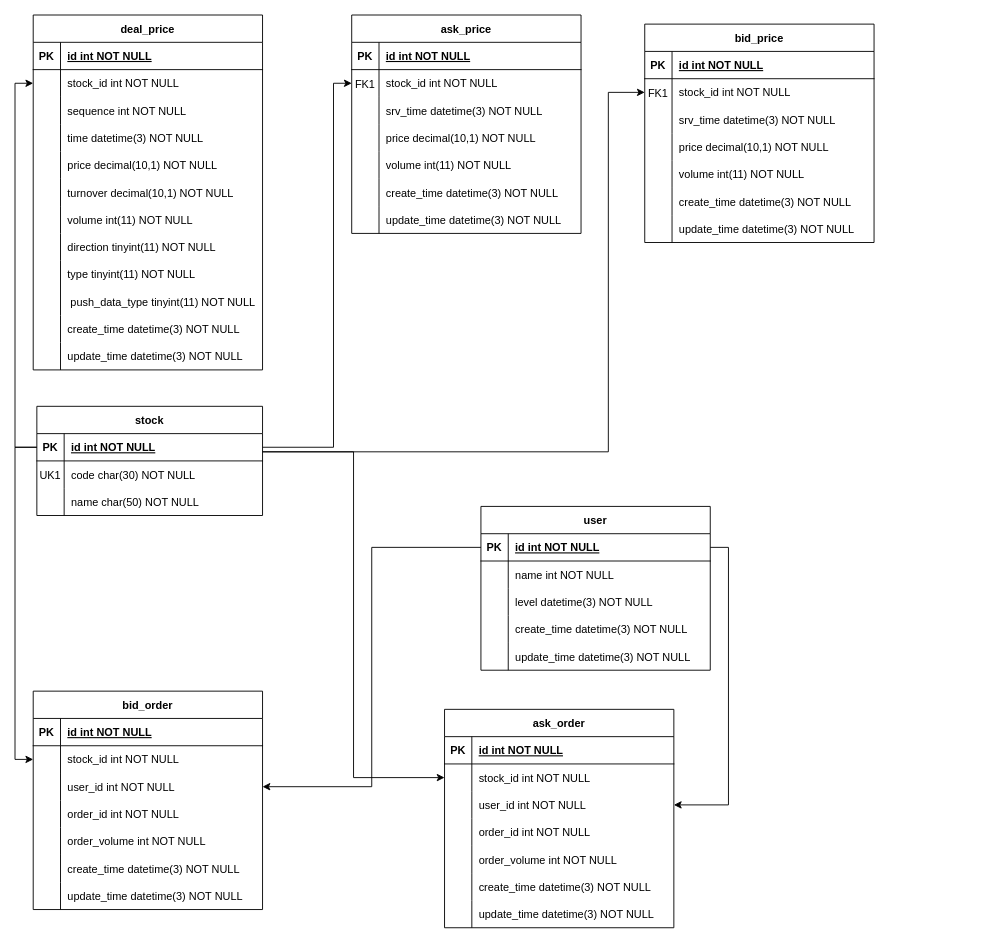
Above: docs/futu.drawio in dulingkang/python (draw.io), before the change. Source tidied: cells renumbered, new cells numbered last; positions are measured from the earlier drawing's top-left corner, leaving out a move shared by most shapes. Both pictures are drawn from the tidied source at 91%, with x=0, y=0 at pixel (33, 15).
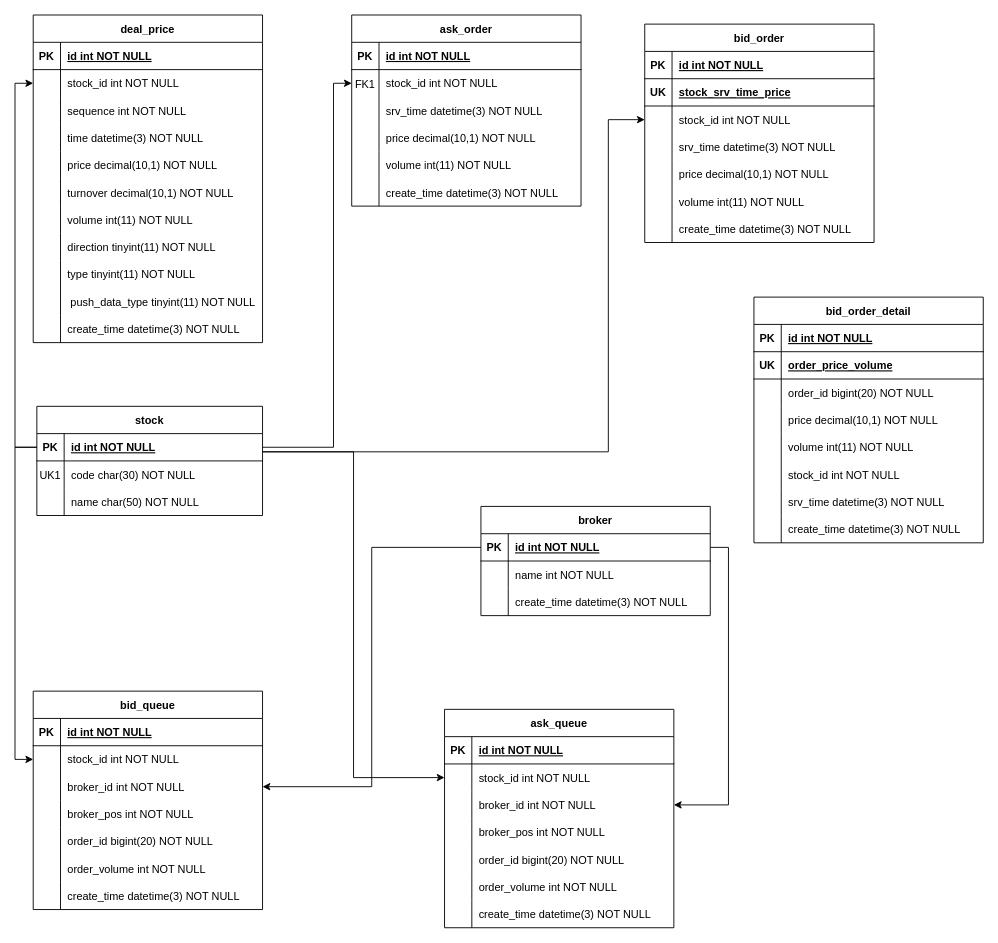
Above is the later version.

Unchanged cells that the change refers to:
```xml
<mxCell id="25" style="shape=partialRectangle;fillColor=none;points=[[0,0.5],[1,0.5]];portConstraint=eastwest;top=0;left=0;right=0;bottom=1;" parent="24" vertex="1">
  <mxGeometry y="30" width="248" height="30" as="geometry" />
</mxCell>
<mxCell id="119" style="shape=partialRectangle;fillColor=none;points=[[0,0.5],[1,0.5]];portConstraint=eastwest;top=0;left=0;right=0;bottom=0;" parent="112" vertex="1">
  <mxGeometry y="90" width="252" height="30" as="geometry" />
</mxCell>
<mxCell id="141" style="shape=partialRectangle;fillColor=none;points=[[0,0.5],[1,0.5]];portConstraint=eastwest;top=0;left=0;right=0;bottom=0;" parent="134" vertex="1">
  <mxGeometry y="90" width="252" height="30" as="geometry" />
</mxCell>
```

What changed in the source:
```diff
@@
-    <mxCell id="2" value="ask_price" style="shape=table;startSize=30;childLayout=tableLayout;rowLines=0;fontStyle=1;align=center;" parent="1" vertex="1">
-      <mxGeometry x="350" width="252" height="240" as="geometry" />
+    <mxCell id="2" value="ask_order" style="shape=table;startSize=30;childLayout=tableLayout;rowLines=0;fontStyle=1;align=center;" parent="1" vertex="1">
+      <mxGeometry x="350" width="252" height="210" as="geometry" />
     </mxCell>
@@
-    <mxCell id="21" style="shape=partialRectangle;fillColor=none;top=0;left=0;right=0;bottom=0;" parent="2" vertex="1">
-      <mxGeometry y="210" width="252" height="30" as="geometry" />
-    </mxCell>
-    <mxCell id="22" style="shape=partialRectangle;overflow=hidden;fillColor=none;top=0;left=0;bottom=0;right=0;" parent="21" vertex="1">
-      <mxGeometry width="30" height="30" as="geometry" />
-    </mxCell>
-    <mxCell id="23" value="update_time datetime(3) NOT NULL" style="shape=partialRectangle;overflow=hidden;fillColor=none;top=0;left=0;bottom=0;right=0;align=left;spacingLeft=6;" parent="21" vertex="1">
-      <mxGeometry x="30" width="222" height="30" as="geometry" />
-    </mxCell>
@@
-    <mxCell id="36" value="bid_price" style="shape=table;startSize=30;childLayout=tableLayout;rowLines=0;fontStyle=1;align=center;" parent="1" vertex="1">
+    <mxCell id="36" value="bid_order" style="shape=table;startSize=30;childLayout=tableLayout;rowLines=0;fontStyle=1;align=center;" parent="1" vertex="1">
       <mxGeometry x="672" y="10" width="252" height="240" as="geometry" />
     </mxCell>
@@
+    <mxCell id="163" style="shape=partialRectangle;fillColor=none;top=0;left=0;right=0;bottom=1;" parent="36" vertex="1">
+      <mxGeometry y="60" width="252" height="30" as="geometry" />
+    </mxCell>
+    <mxCell id="164" style="shape=partialRectangle;overflow=hidden;fillColor=none;top=0;left=0;bottom=0;right=0;fontStyle=1;" parent="163" vertex="1">
+      <mxGeometry width="30" height="30" as="geometry" />
+    </mxCell>
+    <mxCell id="165" value="stock_srv_time_price" style="shape=partialRectangle;overflow=hidden;fillColor=none;top=0;left=0;bottom=0;right=0;align=left;spacingLeft=6;fontStyle=5;" parent="163" vertex="1">
+      <mxGeometry x="30" width="222" height="30" as="geometry" />
+    </mxCell>
     <mxCell id="40" style="shape=partialRectangle;fillColor=none;points=[[0,0.5],[1,0.5]];portConstraint=eastwest;top=0;left=0;right=0;bottom=0;" parent="36" vertex="1">
-      <mxGeometry y="60" width="252" height="30" as="geometry" />
+      <mxGeometry y="90" width="252" height="30" as="geometry" />
     </mxCell>
@@
     <mxCell id="43" style="shape=partialRectangle;fillColor=none;top=0;left=0;right=0;bottom=0;" parent="36" vertex="1">
-      <mxGeometry y="90" width="252" height="30" as="geometry" />
+      <mxGeometry y="120" width="252" height="30" as="geometry" />
     </mxCell>
@@
     <mxCell id="46" style="shape=partialRectangle;fillColor=none;top=0;left=0;right=0;bottom=0;" parent="36" vertex="1">
-      <mxGeometry y="120" width="252" height="30" as="geometry" />
+      <mxGeometry y="150" width="252" height="30" as="geometry" />
     </mxCell>
@@
     <mxCell id="49" style="shape=partialRectangle;fillColor=none;top=0;left=0;right=0;bottom=0;" parent="36" vertex="1">
-      <mxGeometry y="150" width="252" height="30" as="geometry" />
+      <mxGeometry y="180" width="252" height="30" as="geometry" />
     </mxCell>
@@
     <mxCell id="52" style="shape=partialRectangle;fillColor=none;top=0;left=0;right=0;bottom=0;" parent="36" vertex="1">
-      <mxGeometry y="180" width="252" height="30" as="geometry" />
+      <mxGeometry y="210" width="252" height="30" as="geometry" />
     </mxCell>
@@
-    <mxCell id="55" style="shape=partialRectangle;fillColor=none;top=0;left=0;right=0;bottom=0;" parent="36" vertex="1">
-      <mxGeometry y="210" width="252" height="30" as="geometry" />
-    </mxCell>
-    <mxCell id="56" style="shape=partialRectangle;overflow=hidden;fillColor=none;top=0;left=0;bottom=0;right=0;" parent="55" vertex="1">
-      <mxGeometry width="30" height="30" as="geometry" />
-    </mxCell>
-    <mxCell id="57" value="update_time datetime(3) NOT NULL" style="shape=partialRectangle;overflow=hidden;fillColor=none;top=0;left=0;bottom=0;right=0;align=left;spacingLeft=6;" parent="55" vertex="1">
-      <mxGeometry x="30" width="222" height="30" as="geometry" />
-    </mxCell>
-    <mxCell id="58" value="FK1" style="shape=partialRectangle;overflow=hidden;fillColor=none;top=0;left=0;bottom=0;right=0;" parent="1" vertex="1">
-      <mxGeometry x="672" y="70.5" width="30" height="30" as="geometry" />
-    </mxCell>
     <mxCell id="59" value="deal_price" style="shape=table;startSize=30;childLayout=tableLayout;rowLines=0;fontStyle=1;align=center;" parent="1" vertex="1">
-      <mxGeometry width="252" height="390" as="geometry" />
+      <mxGeometry width="252" height="360" as="geometry" />
     </mxCell>
@@
-    <mxCell id="93" style="shape=partialRectangle;fillColor=none;top=0;left=0;right=0;bottom=0;" parent="59" vertex="1">
-      <mxGeometry y="360" width="252" height="30" as="geometry" />
-    </mxCell>
-    <mxCell id="94" style="shape=partialRectangle;overflow=hidden;fillColor=none;top=0;left=0;bottom=0;right=0;" parent="93" vertex="1">
-      <mxGeometry width="30" height="30" as="geometry" />
-    </mxCell>
-    <mxCell id="95" value="update_time datetime(3) NOT NULL" style="shape=partialRectangle;overflow=hidden;fillColor=none;top=0;left=0;bottom=0;right=0;align=left;spacingLeft=6;" parent="93" vertex="1">
-      <mxGeometry x="30" width="222" height="30" as="geometry" />
-    </mxCell>
-    <mxCell id="96" value="user" style="shape=table;startSize=30;childLayout=tableLayout;rowLines=0;fontStyle=1;align=center;" parent="1" vertex="1">
-      <mxGeometry x="492" y="540" width="252" height="180" as="geometry" />
+    <mxCell id="96" value="broker" style="shape=table;startSize=30;childLayout=tableLayout;rowLines=0;fontStyle=1;align=center;" parent="1" vertex="1">
+      <mxGeometry x="492" y="540" width="252" height="120" as="geometry" />
     </mxCell>
@@
-    <mxCell id="103" style="shape=partialRectangle;fillColor=none;top=0;left=0;right=0;bottom=0;" parent="96" vertex="1">
-      <mxGeometry y="90" width="252" height="30" as="geometry" />
-    </mxCell>
-    <mxCell id="104" style="shape=partialRectangle;overflow=hidden;fillColor=none;top=0;left=0;bottom=0;right=0;" parent="103" vertex="1">
-      <mxGeometry width="30" height="30" as="geometry" />
-    </mxCell>
-    <mxCell id="105" value="level datetime(3) NOT NULL" style="shape=partialRectangle;overflow=hidden;fillColor=none;top=0;left=0;bottom=0;right=0;align=left;spacingLeft=6;" parent="103" vertex="1">
-      <mxGeometry x="30" width="222" height="30" as="geometry" />
-    </mxCell>
     <mxCell id="106" style="shape=partialRectangle;fillColor=none;top=0;left=0;right=0;bottom=0;" parent="96" vertex="1">
-      <mxGeometry y="120" width="252" height="30" as="geometry" />
+      <mxGeometry y="90" width="252" height="30" as="geometry" />
     </mxCell>
@@
-    <mxCell id="109" style="shape=partialRectangle;fillColor=none;top=0;left=0;right=0;bottom=0;" parent="96" vertex="1">
-      <mxGeometry y="150" width="252" height="30" as="geometry" />
-    </mxCell>
-    <mxCell id="110" style="shape=partialRectangle;overflow=hidden;fillColor=none;top=0;left=0;bottom=0;right=0;" parent="109" vertex="1">
-      <mxGeometry width="30" height="30" as="geometry" />
-    </mxCell>
-    <mxCell id="111" value="update_time datetime(3) NOT NULL" style="shape=partialRectangle;overflow=hidden;fillColor=none;top=0;left=0;bottom=0;right=0;align=left;spacingLeft=6;" parent="109" vertex="1">
-      <mxGeometry x="30" width="222" height="30" as="geometry" />
-    </mxCell>
-    <mxCell id="112" value="bid_order" style="shape=table;startSize=30;childLayout=tableLayout;rowLines=0;fontStyle=1;align=center;" parent="1" vertex="1">
+    <mxCell id="112" value="bid_queue" style="shape=table;startSize=30;childLayout=tableLayout;rowLines=0;fontStyle=1;align=center;" parent="1" vertex="1">
       <mxGeometry y="743" width="252" height="240" as="geometry" />
     </mxCell>
@@
-    <mxCell id="121" value="user_id int NOT NULL" style="shape=partialRectangle;overflow=hidden;fillColor=none;top=0;left=0;bottom=0;right=0;align=left;spacingLeft=6;" parent="119" vertex="1">
+    <mxCell id="121" value="broker_id int NOT NULL" style="shape=partialRectangle;overflow=hidden;fillColor=none;top=0;left=0;bottom=0;right=0;align=left;spacingLeft=6;" parent="119" vertex="1">
       <mxGeometry x="30" width="222" height="30" as="geometry" />
     </mxCell>
+    <mxCell id="166" style="shape=partialRectangle;fillColor=none;top=0;left=0;right=0;bottom=0;" parent="112" vertex="1">
+      <mxGeometry y="120" width="252" height="30" as="geometry" />
+    </mxCell>
+    <mxCell id="167" style="shape=partialRectangle;overflow=hidden;fillColor=none;top=0;left=0;bottom=0;right=0;" parent="166" vertex="1">
+      <mxGeometry width="30" height="30" as="geometry" />
+    </mxCell>
+    <mxCell id="168" value="broker_pos int NOT NULL" style="shape=partialRectangle;overflow=hidden;fillColor=none;top=0;left=0;bottom=0;right=0;align=left;spacingLeft=6;" parent="166" vertex="1">
+      <mxGeometry x="30" width="222" height="30" as="geometry" />
+    </mxCell>
     <mxCell id="122" style="shape=partialRectangle;fillColor=none;top=0;left=0;right=0;bottom=0;" parent="112" vertex="1">
-      <mxGeometry y="120" width="252" height="30" as="geometry" />
+      <mxGeometry y="150" width="252" height="30" as="geometry" />
     </mxCell>
@@
-    <mxCell id="124" value="order_id int NOT NULL" style="shape=partialRectangle;overflow=hidden;fillColor=none;top=0;left=0;bottom=0;right=0;align=left;spacingLeft=6;" parent="122" vertex="1">
+    <mxCell id="124" value="order_id bigint(20) NOT NULL" style="shape=partialRectangle;overflow=hidden;fillColor=none;top=0;left=0;bottom=0;right=0;align=left;spacingLeft=6;" parent="122" vertex="1">
       <mxGeometry x="30" width="222" height="30" as="geometry" />
     </mxCell>
     <mxCell id="125" style="shape=partialRectangle;fillColor=none;top=0;left=0;right=0;bottom=0;" parent="112" vertex="1">
-      <mxGeometry y="150" width="252" height="30" as="geometry" />
+      <mxGeometry y="180" width="252" height="30" as="geometry" />
     </mxCell>
@@
     <mxCell id="128" style="shape=partialRectangle;fillColor=none;top=0;left=0;right=0;bottom=0;" parent="112" vertex="1">
-      <mxGeometry y="180" width="252" height="30" as="geometry" />
+      <mxGeometry y="210" width="252" height="30" as="geometry" />
     </mxCell>
@@
-    <mxCell id="131" style="shape=partialRectangle;fillColor=none;top=0;left=0;right=0;bottom=0;" parent="112" vertex="1">
-      <mxGeometry y="210" width="252" height="30" as="geometry" />
-    </mxCell>
-    <mxCell id="132" style="shape=partialRectangle;overflow=hidden;fillColor=none;top=0;left=0;bottom=0;right=0;" parent="131" vertex="1">
-      <mxGeometry width="30" height="30" as="geometry" />
-    </mxCell>
-    <mxCell id="133" value="update_time datetime(3) NOT NULL" style="shape=partialRectangle;overflow=hidden;fillColor=none;top=0;left=0;bottom=0;right=0;align=left;spacingLeft=6;" parent="131" vertex="1">
-      <mxGeometry x="30" width="222" height="30" as="geometry" />
-    </mxCell>
-    <mxCell id="134" value="ask_order" style="shape=table;startSize=30;childLayout=tableLayout;rowLines=0;fontStyle=1;align=center;" parent="1" vertex="1">
+    <mxCell id="134" value="ask_queue" style="shape=table;startSize=30;childLayout=tableLayout;rowLines=0;fontStyle=1;align=center;" parent="1" vertex="1">
       <mxGeometry x="452" y="763" width="252" height="240" as="geometry" />
     </mxCell>
@@
-    <mxCell id="143" value="user_id int NOT NULL" style="shape=partialRectangle;overflow=hidden;fillColor=none;top=0;left=0;bottom=0;right=0;align=left;spacingLeft=6;" parent="141" vertex="1">
+    <mxCell id="143" value="broker_id int NOT NULL" style="shape=partialRectangle;overflow=hidden;fillColor=none;top=0;left=0;bottom=0;right=0;align=left;spacingLeft=6;" parent="141" vertex="1">
       <mxGeometry x="30" width="222" height="30" as="geometry" />
     </mxCell>
+    <mxCell id="169" style="shape=partialRectangle;fillColor=none;top=0;left=0;right=0;bottom=0;" parent="134" vertex="1">
+      <mxGeometry y="120" width="252" height="30" as="geometry" />
+    </mxCell>
+    <mxCell id="170" style="shape=partialRectangle;overflow=hidden;fillColor=none;top=0;left=0;bottom=0;right=0;" parent="169" vertex="1">
+      <mxGeometry width="30" height="30" as="geometry" />
+    </mxCell>
+    <mxCell id="171" value="broker_pos int NOT NULL" style="shape=partialRectangle;overflow=hidden;fillColor=none;top=0;left=0;bottom=0;right=0;align=left;spacingLeft=6;" parent="169" vertex="1">
+      <mxGeometry x="30" width="222" height="30" as="geometry" />
+    </mxCell>
     <mxCell id="144" style="shape=partialRectangle;fillColor=none;top=0;left=0;right=0;bottom=0;" parent="134" vertex="1">
-      <mxGeometry y="120" width="252" height="30" as="geometry" />
+      <mxGeometry y="150" width="252" height="30" as="geometry" />
     </mxCell>
@@
-    <mxCell id="146" value="order_id int NOT NULL" style="shape=partialRectangle;overflow=hidden;fillColor=none;top=0;left=0;bottom=0;right=0;align=left;spacingLeft=6;" parent="144" vertex="1">
+    <mxCell id="146" value="order_id bigint(20) NOT NULL" style="shape=partialRectangle;overflow=hidden;fillColor=none;top=0;left=0;bottom=0;right=0;align=left;spacingLeft=6;" parent="144" vertex="1">
       <mxGeometry x="30" width="222" height="30" as="geometry" />
     </mxCell>
     <mxCell id="147" style="shape=partialRectangle;fillColor=none;top=0;left=0;right=0;bottom=0;" parent="134" vertex="1">
-      <mxGeometry y="150" width="252" height="30" as="geometry" />
+      <mxGeometry y="180" width="252" height="30" as="geometry" />
     </mxCell>
@@
     <mxCell id="150" style="shape=partialRectangle;fillColor=none;top=0;left=0;right=0;bottom=0;" parent="134" vertex="1">
-      <mxGeometry y="180" width="252" height="30" as="geometry" />
+      <mxGeometry y="210" width="252" height="30" as="geometry" />
     </mxCell>
@@
-    <mxCell id="153" style="shape=partialRectangle;fillColor=none;top=0;left=0;right=0;bottom=0;" parent="134" vertex="1">
-      <mxGeometry y="210" width="252" height="30" as="geometry" />
-    </mxCell>
-    <mxCell id="154" style="shape=partialRectangle;overflow=hidden;fillColor=none;top=0;left=0;bottom=0;right=0;" parent="153" vertex="1">
-      <mxGeometry width="30" height="30" as="geometry" />
-    </mxCell>
-    <mxCell id="155" value="update_time datetime(3) NOT NULL" style="shape=partialRectangle;overflow=hidden;fillColor=none;top=0;left=0;bottom=0;right=0;align=left;spacingLeft=6;" parent="153" vertex="1">
-      <mxGeometry x="30" width="222" height="30" as="geometry" />
-    </mxCell>
@@
     <mxCell id="159" style="edgeStyle=orthogonalEdgeStyle;rounded=0;jettySize=auto;html=1;" parent="1" edge="1" source="25" target="40">
       <mxGeometry relative="1" as="geometry">
         <Array as="points">
           <mxPoint x="632" y="480" />
-          <mxPoint x="632" y="85" />
+          <mxPoint x="632" y="115" />
         </Array>
       </mxGeometry>
     </mxCell>
@@
+    <mxCell id="172" value="bid_order_detail" style="shape=table;startSize=30;childLayout=tableLayout;rowLines=0;fontStyle=1;align=center;" parent="1" vertex="1">
+      <mxGeometry x="792" y="310" width="252" height="270" as="geometry" />
+    </mxCell>
+    <mxCell id="173" style="shape=partialRectangle;fillColor=none;top=0;left=0;right=0;bottom=1;" parent="172" vertex="1">
+      <mxGeometry y="30" width="252" height="30" as="geometry" />
+    </mxCell>
+    <mxCell id="174" value="PK" style="shape=partialRectangle;overflow=hidden;fillColor=none;top=0;left=0;bottom=0;right=0;fontStyle=1;" parent="173" vertex="1">
+      <mxGeometry width="30" height="30" as="geometry" />
+    </mxCell>
+    <mxCell id="175" value="id int NOT NULL " style="shape=partialRectangle;overflow=hidden;fillColor=none;top=0;left=0;bottom=0;right=0;align=left;spacingLeft=6;fontStyle=5;" parent="173" vertex="1">
+      <mxGeometry x="30" width="222" height="30" as="geometry" />
+    </mxCell>
+    <mxCell id="176" style="shape=partialRectangle;fillColor=none;top=0;left=0;right=0;bottom=1;" parent="172" vertex="1">
+      <mxGeometry y="60" width="252" height="30" as="geometry" />
+    </mxCell>
+    <mxCell id="177" value="UK" style="shape=partialRectangle;overflow=hidden;fillColor=none;top=0;left=0;bottom=0;right=0;fontStyle=1;" parent="176" vertex="1">
+      <mxGeometry width="30" height="30" as="geometry" />
+    </mxCell>
+    <mxCell id="178" value="order_price_volume" style="shape=partialRectangle;overflow=hidden;fillColor=none;top=0;left=0;bottom=0;right=0;align=left;spacingLeft=6;fontStyle=5;" parent="176" vertex="1">
+      <mxGeometry x="30" width="222" height="30" as="geometry" />
+    </mxCell>
+    <mxCell id="103" style="shape=partialRectangle;fillColor=none;top=0;left=0;right=0;bottom=0;" parent="172" vertex="1">
+      <mxGeometry y="90" width="252" height="30" as="geometry" />
+    </mxCell>
+    <mxCell id="179" style="shape=partialRectangle;overflow=hidden;fillColor=none;top=0;left=0;bottom=0;right=0;" parent="103" vertex="1">
+      <mxGeometry width="30" height="30" as="geometry" />
+    </mxCell>
+    <mxCell id="180" value="order_id bigint(20) NOT NULL" style="shape=partialRectangle;overflow=hidden;fillColor=none;top=0;left=0;bottom=0;right=0;align=left;spacingLeft=6;" parent="103" vertex="1">
+      <mxGeometry x="30" width="222" height="30" as="geometry" />
+    </mxCell>
+    <mxCell id="181" style="shape=partialRectangle;fillColor=none;top=0;left=0;right=0;bottom=0;" parent="172" vertex="1">
+      <mxGeometry y="120" width="252" height="30" as="geometry" />
+    </mxCell>
+    <mxCell id="182" style="shape=partialRectangle;overflow=hidden;fillColor=none;top=0;left=0;bottom=0;right=0;" parent="181" vertex="1">
+      <mxGeometry width="30" height="30" as="geometry" />
+    </mxCell>
+    <mxCell id="183" value="price decimal(10,1) NOT NULL" style="shape=partialRectangle;overflow=hidden;fillColor=none;top=0;left=0;bottom=0;right=0;align=left;spacingLeft=6;" parent="181" vertex="1">
+      <mxGeometry x="30" width="222" height="30" as="geometry" />
+    </mxCell>
+    <mxCell id="109" style="shape=partialRectangle;fillColor=none;top=0;left=0;right=0;bottom=0;" parent="172" vertex="1">
+      <mxGeometry y="150" width="252" height="30" as="geometry" />
+    </mxCell>
+    <mxCell id="184" style="shape=partialRectangle;overflow=hidden;fillColor=none;top=0;left=0;bottom=0;right=0;" parent="109" vertex="1">
+      <mxGeometry width="30" height="30" as="geometry" />
+    </mxCell>
+    <mxCell id="185" value="volume int(11) NOT NULL" style="shape=partialRectangle;overflow=hidden;fillColor=none;top=0;left=0;bottom=0;right=0;align=left;spacingLeft=6;" parent="109" vertex="1">
+      <mxGeometry x="30" width="222" height="30" as="geometry" />
+    </mxCell>
+    <mxCell id="186" style="shape=partialRectangle;fillColor=none;top=0;left=0;right=0;bottom=0;" parent="172" vertex="1">
+      <mxGeometry y="180" width="252" height="30" as="geometry" />
+    </mxCell>
+    <mxCell id="187" style="shape=partialRectangle;overflow=hidden;fillColor=none;top=0;left=0;bottom=0;right=0;" parent="186" vertex="1">
+      <mxGeometry width="30" height="30" as="geometry" />
+    </mxCell>
+    <mxCell id="188" value="stock_id int NOT NULL" style="shape=partialRectangle;overflow=hidden;fillColor=none;top=0;left=0;bottom=0;right=0;align=left;spacingLeft=6;" parent="186" vertex="1">
+      <mxGeometry x="30" width="222" height="30" as="geometry" />
+    </mxCell>
+    <mxCell id="189" style="shape=partialRectangle;fillColor=none;top=0;left=0;right=0;bottom=0;" parent="172" vertex="1">
+      <mxGeometry y="210" width="252" height="30" as="geometry" />
+    </mxCell>
+    <mxCell id="190" style="shape=partialRectangle;overflow=hidden;fillColor=none;top=0;left=0;bottom=0;right=0;" parent="189" vertex="1">
+      <mxGeometry width="30" height="30" as="geometry" />
+    </mxCell>
+    <mxCell id="191" value="srv_time datetime(3) NOT NULL" style="shape=partialRectangle;overflow=hidden;fillColor=none;top=0;left=0;bottom=0;right=0;align=left;spacingLeft=6;" parent="189" vertex="1">
+      <mxGeometry x="30" width="222" height="30" as="geometry" />
+    </mxCell>
+    <mxCell id="192" style="shape=partialRectangle;fillColor=none;top=0;left=0;right=0;bottom=0;" parent="172" vertex="1">
+      <mxGeometry y="240" width="252" height="30" as="geometry" />
+    </mxCell>
+    <mxCell id="193" style="shape=partialRectangle;overflow=hidden;fillColor=none;top=0;left=0;bottom=0;right=0;" parent="192" vertex="1">
+      <mxGeometry width="30" height="30" as="geometry" />
+    </mxCell>
+    <mxCell id="194" value="create_time datetime(3) NOT NULL " style="shape=partialRectangle;overflow=hidden;fillColor=none;top=0;left=0;bottom=0;right=0;align=left;spacingLeft=6;" parent="192" vertex="1">
+      <mxGeometry x="30" width="222" height="30" as="geometry" />
+    </mxCell>
+    <mxCell id="195" value="UK" style="shape=partialRectangle;overflow=hidden;fillColor=none;top=0;left=0;bottom=0;right=0;fontStyle=1;" parent="1" vertex="1">
+      <mxGeometry x="672" y="70" width="30" height="30" as="geometry" />
+    </mxCell>
```
